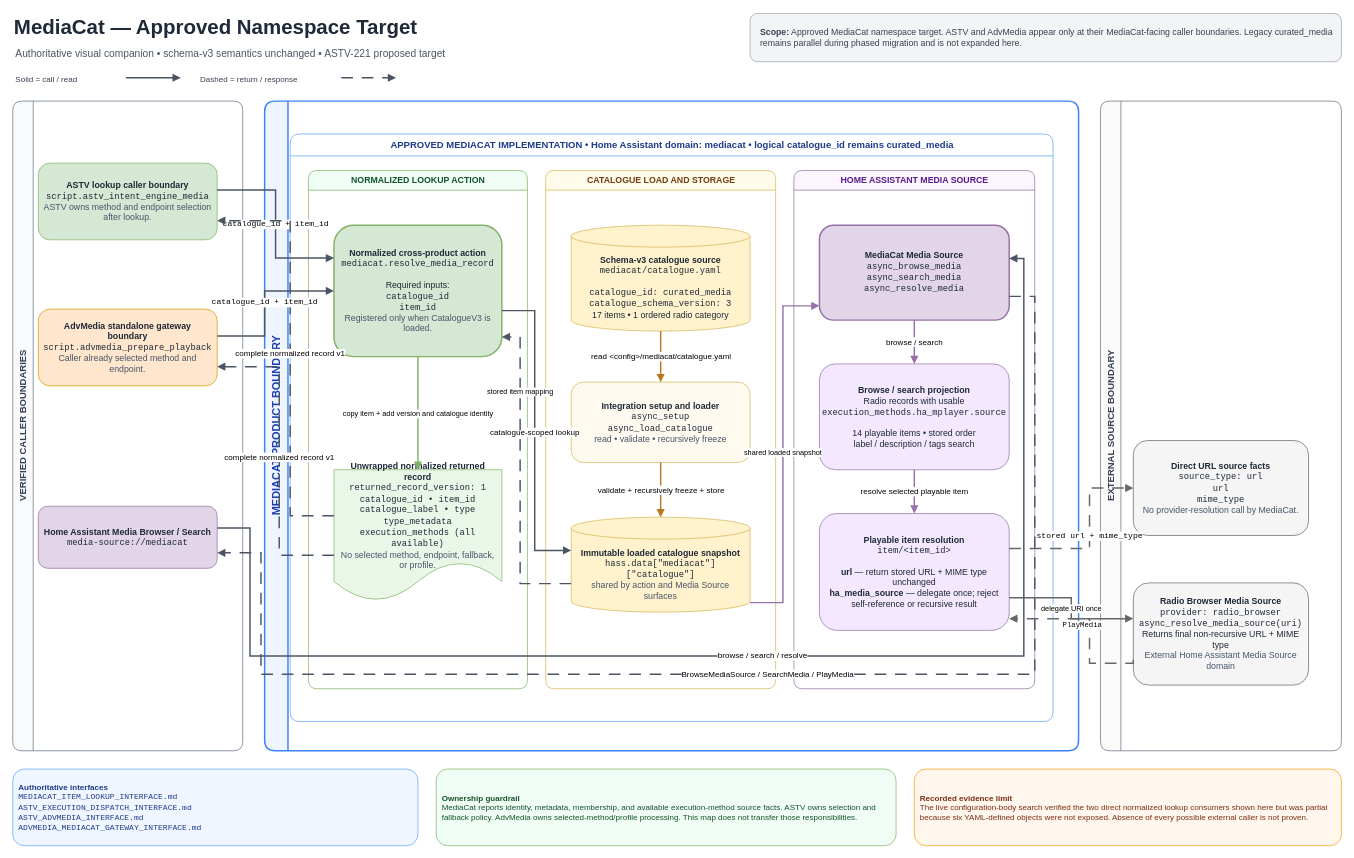
Above: 01_Architecture/Diagrams/MEDIACAT_ARCHITECTURE.drawio in 83degrees/MediaCat (draw.io), before the change. Source tidied: cells renumbered, new cells numbered last; positions are measured from the earlier drawing's top-left corner, leaving out a move shared by most shapes. Both pictures are drawn from the tidied source at 73%, with x=0, y=0 at pixel (12, 12).
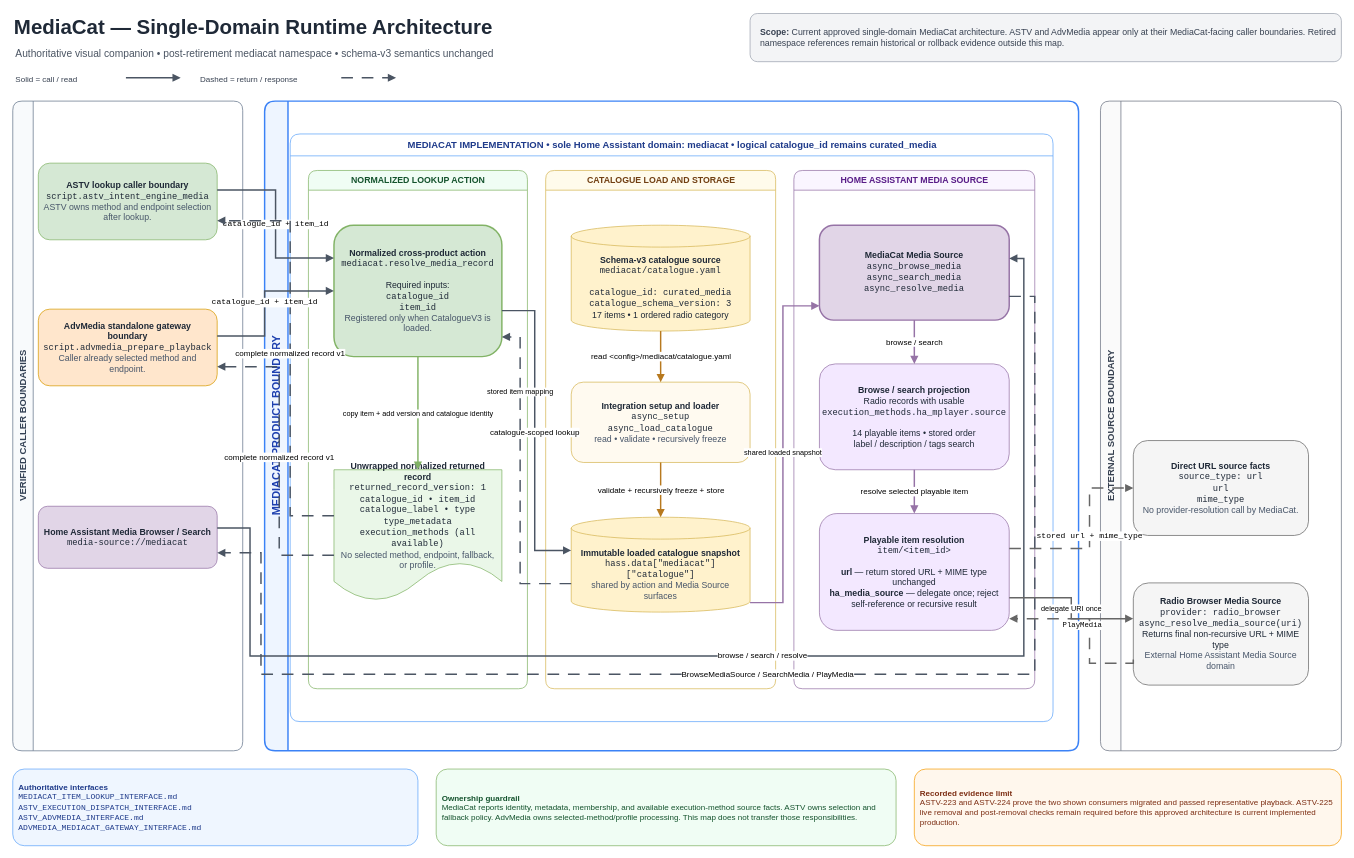
After the change.

Change to the diagram source:
```diff
@@
-    <mxCell id="2" value="&lt;b&gt;MediaCat — Approved Namespace Target&lt;/b&gt;" style="text;html=1;strokeColor=none;fillColor=none;align=left;verticalAlign=middle;fontSize=28;fontColor=#1f2937;" parent="1" vertex="1">
+    <mxCell id="2" value="&lt;b&gt;MediaCat — Single-Domain Runtime Architecture&lt;/b&gt;" style="text;html=1;strokeColor=none;fillColor=none;align=left;verticalAlign=middle;fontSize=28;fontColor=#1f2937;" parent="1" vertex="1">
       <mxGeometry width="980" height="40" as="geometry" />
     </mxCell>
-    <mxCell id="3" value="Authoritative visual companion • schema-v3 semantics unchanged • ASTV-221 proposed target" style="text;html=1;strokeColor=none;fillColor=none;align=left;verticalAlign=middle;fontSize=14;fontColor=#4b5563;" parent="1" vertex="1">
+    <mxCell id="3" value="Authoritative visual companion • post-retirement mediacat namespace • schema-v3 semantics unchanged" style="text;html=1;strokeColor=none;fillColor=none;align=left;verticalAlign=middle;fontSize=14;fontColor=#4b5563;" parent="1" vertex="1">
       <mxGeometry x="2" y="42" width="940" height="28" as="geometry" />
     </mxCell>
-    <mxCell id="4" value="&lt;b&gt;Scope:&lt;/b&gt; Approved MediaCat namespace target. ASTV and AdvMedia appear only at their MediaCat-facing caller boundaries. Legacy curated_media remains parallel during phased migration and is not expanded here." style="rounded=1;whiteSpace=wrap;html=1;fillColor=#f3f4f6;strokeColor=#9ca3af;fontColor=#374151;fontSize=12;align=left;spacingLeft=12;" parent="1" vertex="1">
+    <mxCell id="4" value="&lt;b&gt;Scope:&lt;/b&gt; Current approved single-domain MediaCat architecture. ASTV and AdvMedia appear only at their MediaCat-facing caller boundaries. Retired namespace references remain historical or rollback evidence outside this map." style="rounded=1;whiteSpace=wrap;html=1;fillColor=#f3f4f6;strokeColor=#9ca3af;fontColor=#374151;fontSize=12;align=left;spacingLeft=12;" parent="1" vertex="1">
       <mxGeometry x="1010" y="1" width="810" height="66" as="geometry" />
     </mxCell>
@@
-    <mxCell id="15" value="APPROVED MEDIACAT IMPLEMENTATION • Home Assistant domain: mediacat • logical catalogue_id remains curated_media" style="swimlane;html=1;horizontal=1;startSize=30;rounded=1;fillColor=#ffffff;strokeColor=#60a5fa;fontColor=#1e3a8a;fontStyle=1;fontSize=13;" parent="1" vertex="1">
+    <mxCell id="15" value="MEDIACAT IMPLEMENTATION • sole Home Assistant domain: mediacat • logical catalogue_id remains curated_media" style="swimlane;html=1;horizontal=1;startSize=30;rounded=1;fillColor=#ffffff;strokeColor=#60a5fa;fontColor=#1e3a8a;fontStyle=1;fontSize=13;" parent="1" vertex="1">
       <mxGeometry x="380" y="166" width="1045" height="805" as="geometry" />
     </mxCell>
@@
-    <mxCell id="48" value="&lt;b&gt;Recorded evidence limit&lt;/b&gt;&lt;br&gt;The live configuration-body search verified the two direct normalized lookup consumers shown here but was partial because six YAML-defined objects were not exposed. Absence of every possible external caller is not proven." style="rounded=1;whiteSpace=wrap;html=1;fillColor=#fff7ed;strokeColor=#f59e0b;fontColor=#7c2d12;fontSize=11;spacing=8;align=left;" parent="1" vertex="1">
+    <mxCell id="48" value="&lt;b&gt;Recorded evidence limit&lt;/b&gt;&lt;br&gt;ASTV-223 and ASTV-224 prove the two shown consumers migrated and passed representative playback. ASTV-225 live removal and post-removal checks remain required before this approved architecture is current implemented production." style="rounded=1;whiteSpace=wrap;html=1;fillColor=#fff7ed;strokeColor=#f59e0b;fontColor=#7c2d12;fontSize=11;spacing=8;align=left;" parent="1" vertex="1">
       <mxGeometry x="1235" y="1036" width="585" height="105" as="geometry" />
     </mxCell>
```
